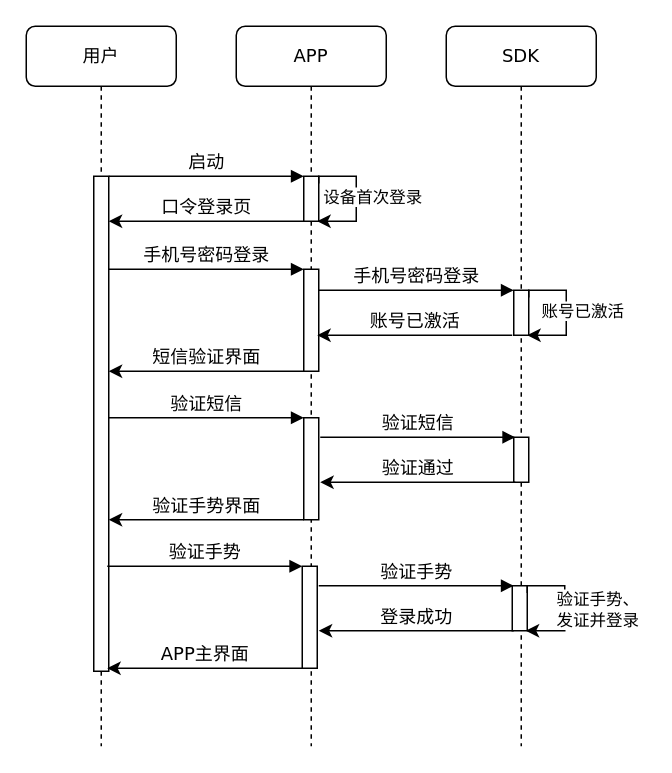
The draw.io diagram GMIAudio/lib/Untitled Diagram.drawio in mobof/GMIAudio, before the edit. Source tidied: cells renumbered, new cells numbered last; positions are measured from the earlier drawing's top-left corner, leaving out a move shared by most shapes. Both pictures are drawn from the tidied source at 150%, with x=0, y=0 at pixel (26, 26).
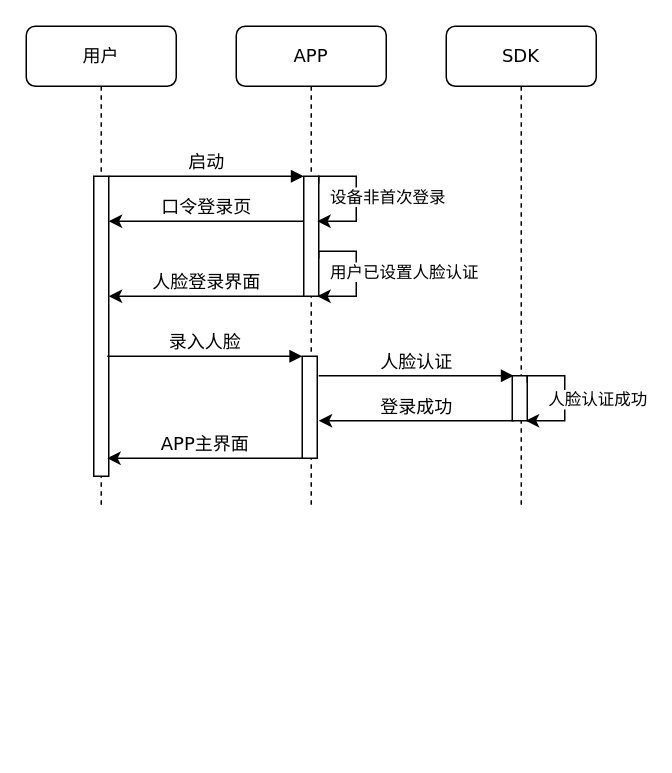
After the change.

Commit message:
金网已开启人脸认证非首次登录.drawio

The change refers to these unchanged cells:
```xml
<mxCell id="4" style="edgeStyle=orthogonalEdgeStyle;rounded=0;orthogonalLoop=1;jettySize=auto;html=1;entryX=0.9;entryY=0.609;entryDx=0;entryDy=0;entryPerimeter=0;" parent="2" edge="1">
  <mxGeometry relative="1" as="geometry">
    <mxPoint x="55" y="104.9" as="sourcePoint" />
    <mxPoint x="54" y="130" as="targetPoint" />
    <Array as="points">
      <mxPoint x="55" y="100" />
      <mxPoint x="80" y="100" />
      <mxPoint x="80" y="130" />
    </Array>
  </mxGeometry>
</mxCell>
```

Diff of the diagram source:
```diff
@@
     <mxCell id="2" value="APP" style="shape=umlLifeline;perimeter=lifelinePerimeter;whiteSpace=wrap;html=1;rounded=1;shadow=0;comic=0;labelBackgroundColor=none;strokeWidth=1;fontFamily=Verdana;fontSize=12;align=center;" parent="1" vertex="1">
-      <mxGeometry x="140" width="100" height="480" as="geometry" />
+      <mxGeometry x="140" width="100" height="320" as="geometry" />
     </mxCell>
     <mxCell id="3" style="html=1;points=[];perimeter=orthogonalPerimeter;rounded=0;shadow=0;comic=0;labelBackgroundColor=none;strokeWidth=1;fontFamily=Verdana;fontSize=12;align=center;" parent="2" vertex="1">
-      <mxGeometry x="45" y="100" width="10" height="30" as="geometry" />
+      <mxGeometry x="45" y="100" width="10" height="80" as="geometry" />
     </mxCell>
@@
-    <mxCell id="5" value="设备首次登录" style="edgeLabel;html=1;align=center;verticalAlign=middle;" parent="4" vertex="1">
+    <mxCell id="5" value="设备非首次登录" style="edgeLabel;html=1;align=center;verticalAlign=middle;" parent="4" vertex="1">
       <mxGeometry y="-1" relative="1" as="geometry">
-        <mxPoint x="11" as="offset" />
+        <mxPoint x="21" as="offset" />
       </mxGeometry>
     </mxCell>
-    <mxCell id="6" style="html=1;perimeter=orthogonalPerimeter;rounded=0;shadow=0;comic=0;labelBackgroundColor=none;strokeWidth=1;fontFamily=Verdana;fontSize=12;align=center;" parent="2" vertex="1">
-      <mxGeometry x="45" y="162" width="10" height="68" as="geometry" />
-    </mxCell>
-    <mxCell id="7" style="html=1;perimeter=orthogonalPerimeter;rounded=0;shadow=0;comic=0;labelBackgroundColor=none;strokeWidth=1;fontFamily=Verdana;fontSize=12;align=center;" parent="2" vertex="1">
-      <mxGeometry x="45" y="261" width="10" height="68" as="geometry" />
-    </mxCell>
     <mxCell id="8" value="SDK" style="shape=umlLifeline;perimeter=lifelinePerimeter;whiteSpace=wrap;html=1;rounded=1;shadow=0;comic=0;labelBackgroundColor=none;strokeWidth=1;fontFamily=Verdana;fontSize=12;align=center;" parent="1" vertex="1">
-      <mxGeometry x="280" width="100" height="480" as="geometry" />
+      <mxGeometry x="280" width="100" height="320" as="geometry" />
     </mxCell>
-    <mxCell id="9" style="html=1;perimeter=orthogonalPerimeter;rounded=0;shadow=0;comic=0;labelBackgroundColor=none;strokeWidth=1;fontFamily=Verdana;fontSize=12;align=center;" parent="8" vertex="1">
-      <mxGeometry x="45" y="176" width="10" height="30" as="geometry" />
-    </mxCell>
-    <mxCell id="10" style="html=1;perimeter=orthogonalPerimeter;rounded=0;shadow=0;comic=0;labelBackgroundColor=none;strokeWidth=1;fontFamily=Verdana;fontSize=12;align=center;" parent="8" vertex="1">
-      <mxGeometry x="45" y="274" width="10" height="30" as="geometry" />
-    </mxCell>
     <mxCell id="11" value="用户" style="shape=umlLifeline;perimeter=lifelinePerimeter;whiteSpace=wrap;html=1;rounded=1;shadow=0;comic=0;labelBackgroundColor=none;strokeWidth=1;fontFamily=Verdana;fontSize=12;align=center;" parent="1" vertex="1">
-      <mxGeometry width="100" height="480" as="geometry" />
+      <mxGeometry width="100" height="320" as="geometry" />
     </mxCell>
     <mxCell id="12" style="html=1;points=[];perimeter=orthogonalPerimeter;rounded=0;shadow=0;comic=0;labelBackgroundColor=none;strokeWidth=1;fontFamily=Verdana;fontSize=12;align=center;" parent="11" vertex="1">
-      <mxGeometry x="45" y="100" width="10" height="330" as="geometry" />
+      <mxGeometry x="45" y="100" width="10" height="200" as="geometry" />
     </mxCell>
@@
-    <mxCell id="15" value="手机号密码登录" style="html=1;verticalAlign=bottom;endArrow=block;entryX=0;entryY=0;labelBackgroundColor=none;fontFamily=Verdana;fontSize=12;edgeStyle=elbowEdgeStyle;elbow=vertical;" parent="1" edge="1">
-      <mxGeometry relative="1" as="geometry">
-        <mxPoint x="55" y="162" as="sourcePoint" />
-        <mxPoint x="185" y="162" as="targetPoint" />
-      </mxGeometry>
-    </mxCell>
-    <mxCell id="16" value="手机号密码登录" style="html=1;verticalAlign=bottom;endArrow=block;entryX=0;entryY=0;labelBackgroundColor=none;fontFamily=Verdana;fontSize=12;edgeStyle=elbowEdgeStyle;elbow=vertical;" parent="1" edge="1">
-      <mxGeometry relative="1" as="geometry">
-        <mxPoint x="195" y="176" as="sourcePoint" />
-        <mxPoint x="325" y="176" as="targetPoint" />
-      </mxGeometry>
-    </mxCell>
-    <mxCell id="17" style="edgeStyle=orthogonalEdgeStyle;rounded=0;orthogonalLoop=1;jettySize=auto;html=1;entryX=0.9;entryY=0.609;entryDx=0;entryDy=0;entryPerimeter=0;" parent="1" edge="1">
-      <mxGeometry relative="1" as="geometry">
-        <mxPoint x="335" y="180.9" as="sourcePoint" />
-        <mxPoint x="334" y="206" as="targetPoint" />
-        <Array as="points">
-          <mxPoint x="335" y="176" />
-          <mxPoint x="360" y="176" />
-          <mxPoint x="360" y="206" />
-        </Array>
-      </mxGeometry>
-    </mxCell>
-    <mxCell id="18" value="账号已激活" style="edgeLabel;html=1;align=center;verticalAlign=middle;" parent="17" vertex="1">
-      <mxGeometry y="-1" relative="1" as="geometry">
-        <mxPoint x="11" as="offset" />
-      </mxGeometry>
-    </mxCell>
-    <mxCell id="19" value="账号已激活" style="html=1;verticalAlign=bottom;endArrow=none;entryX=0;entryY=0;labelBackgroundColor=none;fontFamily=Verdana;fontSize=12;edgeStyle=elbowEdgeStyle;elbow=vertical;startArrow=classic;startFill=1;endFill=0;" parent="1" edge="1">
-      <mxGeometry relative="1" as="geometry">
-        <mxPoint x="194" y="206" as="sourcePoint" />
-        <mxPoint x="324" y="206" as="targetPoint" />
-      </mxGeometry>
-    </mxCell>
-    <mxCell id="20" value="短信验证界面" style="html=1;verticalAlign=bottom;endArrow=none;entryX=0;entryY=0;labelBackgroundColor=none;fontFamily=Verdana;fontSize=12;edgeStyle=elbowEdgeStyle;elbow=vertical;startArrow=classic;startFill=1;endFill=0;" parent="1" edge="1">
+    <mxCell id="20" value="人脸登录界面" style="html=1;verticalAlign=bottom;endArrow=none;entryX=0;entryY=0;labelBackgroundColor=none;fontFamily=Verdana;fontSize=12;edgeStyle=elbowEdgeStyle;elbow=vertical;startArrow=classic;startFill=1;endFill=0;" parent="1" edge="1">
       <mxGeometry relative="1" as="geometry">
-        <mxPoint x="55" y="230" as="sourcePoint" />
-        <mxPoint x="185" y="230" as="targetPoint" />
+        <mxPoint x="55" y="180" as="sourcePoint" />
+        <mxPoint x="185" y="180" as="targetPoint" />
       </mxGeometry>
     </mxCell>
-    <mxCell id="21" value="验证短信" style="html=1;verticalAlign=bottom;endArrow=block;entryX=0;entryY=0;labelBackgroundColor=none;fontFamily=Verdana;fontSize=12;edgeStyle=elbowEdgeStyle;elbow=vertical;" parent="1" edge="1">
-      <mxGeometry relative="1" as="geometry">
-        <mxPoint x="55" y="261" as="sourcePoint" />
-        <mxPoint x="185" y="261" as="targetPoint" />
-      </mxGeometry>
-    </mxCell>
-    <mxCell id="22" value="验证短信" style="html=1;verticalAlign=bottom;endArrow=block;entryX=0;entryY=0;labelBackgroundColor=none;fontFamily=Verdana;fontSize=12;edgeStyle=elbowEdgeStyle;elbow=vertical;" parent="1" edge="1">
-      <mxGeometry relative="1" as="geometry">
-        <mxPoint x="196" y="274" as="sourcePoint" />
-        <mxPoint x="326" y="274" as="targetPoint" />
-      </mxGeometry>
-    </mxCell>
-    <mxCell id="23" value="验证通过" style="html=1;verticalAlign=bottom;endArrow=none;entryX=0;entryY=0;labelBackgroundColor=none;fontFamily=Verdana;fontSize=12;edgeStyle=elbowEdgeStyle;elbow=vertical;startArrow=classic;startFill=1;endFill=0;" parent="1" edge="1">
-      <mxGeometry relative="1" as="geometry">
-        <mxPoint x="196" y="304" as="sourcePoint" />
-        <mxPoint x="326" y="304" as="targetPoint" />
-      </mxGeometry>
-    </mxCell>
-    <mxCell id="24" value="验证手势界面" style="html=1;verticalAlign=bottom;endArrow=none;entryX=0;entryY=0;labelBackgroundColor=none;fontFamily=Verdana;fontSize=12;edgeStyle=elbowEdgeStyle;elbow=horizontal;startArrow=classic;startFill=1;endFill=0;" parent="1" edge="1">
-      <mxGeometry relative="1" as="geometry">
-        <mxPoint x="55" y="329" as="sourcePoint" />
-        <mxPoint x="185" y="329" as="targetPoint" />
-      </mxGeometry>
-    </mxCell>
     <mxCell id="25" style="html=1;perimeter=orthogonalPerimeter;rounded=0;shadow=0;comic=0;labelBackgroundColor=none;strokeWidth=1;fontFamily=Verdana;fontSize=12;align=center;" parent="1" vertex="1">
-      <mxGeometry x="184" y="360" width="10" height="68" as="geometry" />
+      <mxGeometry x="184" y="220" width="10" height="68" as="geometry" />
     </mxCell>
     <mxCell id="26" style="html=1;perimeter=orthogonalPerimeter;rounded=0;shadow=0;comic=0;labelBackgroundColor=none;strokeWidth=1;fontFamily=Verdana;fontSize=12;align=center;" parent="1" vertex="1">
-      <mxGeometry x="324" y="373" width="10" height="30" as="geometry" />
+      <mxGeometry x="324" y="233" width="10" height="30" as="geometry" />
     </mxCell>
-    <mxCell id="27" value="验证手势" style="html=1;verticalAlign=bottom;endArrow=block;entryX=0;entryY=0;labelBackgroundColor=none;fontFamily=Verdana;fontSize=12;edgeStyle=elbowEdgeStyle;elbow=vertical;" parent="1" edge="1">
+    <mxCell id="27" value="录入人脸" style="html=1;verticalAlign=bottom;endArrow=block;entryX=0;entryY=0;labelBackgroundColor=none;fontFamily=Verdana;fontSize=12;edgeStyle=elbowEdgeStyle;elbow=vertical;" parent="1" edge="1">
       <mxGeometry relative="1" as="geometry">
-        <mxPoint x="54" y="360" as="sourcePoint" />
-        <mxPoint x="184" y="360" as="targetPoint" />
+        <mxPoint x="54" y="220" as="sourcePoint" />
+        <mxPoint x="184" y="220" as="targetPoint" />
       </mxGeometry>
     </mxCell>
-    <mxCell id="28" value="验证手势" style="html=1;verticalAlign=bottom;endArrow=block;entryX=0;entryY=0;labelBackgroundColor=none;fontFamily=Verdana;fontSize=12;edgeStyle=elbowEdgeStyle;elbow=horizontal;" parent="1" edge="1">
+    <mxCell id="28" value="人脸认证" style="html=1;verticalAlign=bottom;endArrow=block;entryX=0;entryY=0;labelBackgroundColor=none;fontFamily=Verdana;fontSize=12;edgeStyle=elbowEdgeStyle;elbow=horizontal;" parent="1" edge="1">
       <mxGeometry relative="1" as="geometry">
-        <mxPoint x="195" y="373" as="sourcePoint" />
-        <mxPoint x="325" y="373" as="targetPoint" />
+        <mxPoint x="195" y="233" as="sourcePoint" />
+        <mxPoint x="325" y="233" as="targetPoint" />
       </mxGeometry>
     </mxCell>
     <mxCell id="29" value="登录成功" style="html=1;verticalAlign=bottom;endArrow=none;entryX=0;entryY=0;labelBackgroundColor=none;fontFamily=Verdana;fontSize=12;edgeStyle=elbowEdgeStyle;elbow=vertical;startArrow=classic;startFill=1;endFill=0;" parent="1" edge="1">
       <mxGeometry relative="1" as="geometry">
-        <mxPoint x="195" y="403" as="sourcePoint" />
-        <mxPoint x="325" y="403" as="targetPoint" />
+        <mxPoint x="195" y="263" as="sourcePoint" />
+        <mxPoint x="325" y="263" as="targetPoint" />
       </mxGeometry>
     </mxCell>
     <mxCell id="30" value="APP主界面" style="html=1;verticalAlign=bottom;endArrow=none;entryX=0;entryY=0;labelBackgroundColor=none;fontFamily=Verdana;fontSize=12;edgeStyle=elbowEdgeStyle;elbow=vertical;startArrow=classic;startFill=1;endFill=0;" parent="1" edge="1">
       <mxGeometry relative="1" as="geometry">
-        <mxPoint x="54" y="428" as="sourcePoint" />
-        <mxPoint x="184" y="428" as="targetPoint" />
+        <mxPoint x="54" y="288" as="sourcePoint" />
+        <mxPoint x="184" y="288" as="targetPoint" />
       </mxGeometry>
     </mxCell>
     <mxCell id="31" style="edgeStyle=orthogonalEdgeStyle;rounded=0;orthogonalLoop=1;jettySize=auto;html=1;entryX=0.9;entryY=0.609;entryDx=0;entryDy=0;entryPerimeter=0;" parent="1" edge="1">
       <mxGeometry relative="1" as="geometry">
-        <mxPoint x="334" y="377.9" as="sourcePoint" />
-        <mxPoint x="333" y="403" as="targetPoint" />
+        <mxPoint x="334" y="237.9" as="sourcePoint" />
+        <mxPoint x="333" y="263" as="targetPoint" />
         <Array as="points">
-          <mxPoint x="334" y="373" />
-          <mxPoint x="359" y="373" />
-          <mxPoint x="359" y="403" />
+          <mxPoint x="334" y="233" />
+          <mxPoint x="359" y="233" />
+          <mxPoint x="359" y="263" />
         </Array>
       </mxGeometry>
     </mxCell>
-    <mxCell id="32" value="验证手势、&lt;br&gt;发证并登录" style="edgeLabel;html=1;align=center;verticalAlign=middle;" parent="31" vertex="1">
+    <mxCell id="32" value="人脸认证成功" style="edgeLabel;html=1;align=center;verticalAlign=middle;" parent="31" vertex="1">
       <mxGeometry y="-1" relative="1" as="geometry">
         <mxPoint x="22" y="1.9" as="offset" />
       </mxGeometry>
     </mxCell>
+    <mxCell id="33" style="edgeStyle=orthogonalEdgeStyle;rounded=0;orthogonalLoop=1;jettySize=auto;html=1;entryX=0.9;entryY=0.609;entryDx=0;entryDy=0;entryPerimeter=0;" parent="1" edge="1">
+      <mxGeometry relative="1" as="geometry">
+        <mxPoint x="195" y="154.9" as="sourcePoint" />
+        <mxPoint x="194" y="180" as="targetPoint" />
+        <Array as="points">
+          <mxPoint x="195" y="150" />
+          <mxPoint x="220" y="150" />
+          <mxPoint x="220" y="180" />
+        </Array>
+      </mxGeometry>
+    </mxCell>
+    <mxCell id="34" value="用户已设置人脸认证" style="edgeLabel;html=1;align=center;verticalAlign=middle;" parent="33" vertex="1">
+      <mxGeometry y="-1" relative="1" as="geometry">
+        <mxPoint x="32" as="offset" />
+      </mxGeometry>
+    </mxCell>
```
